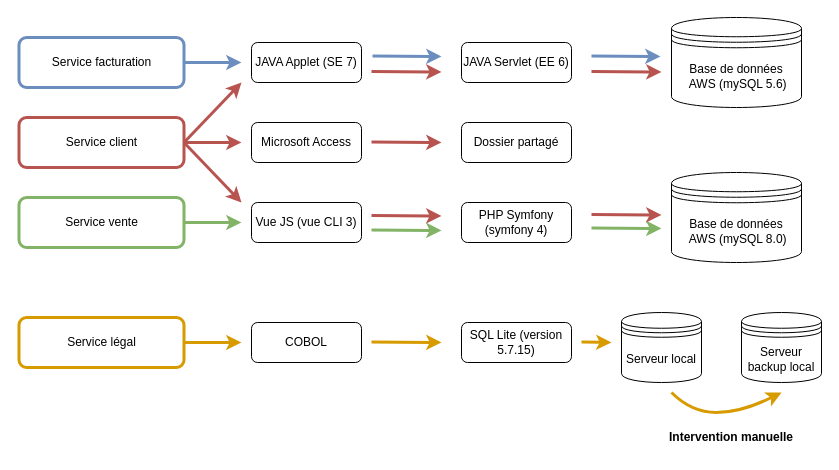
cjour/audit_logistics keeps this draw.io diagram as LAEDiagram.drawio. Above is the earlier version. Source tidied: cells renumbered, new cells numbered last; positions are measured from the earlier drawing's top-left corner, leaving out a move shared by most shapes. Both pictures are drawn from the tidied source at 100%, with x=0, y=0 at pixel (19, 17).
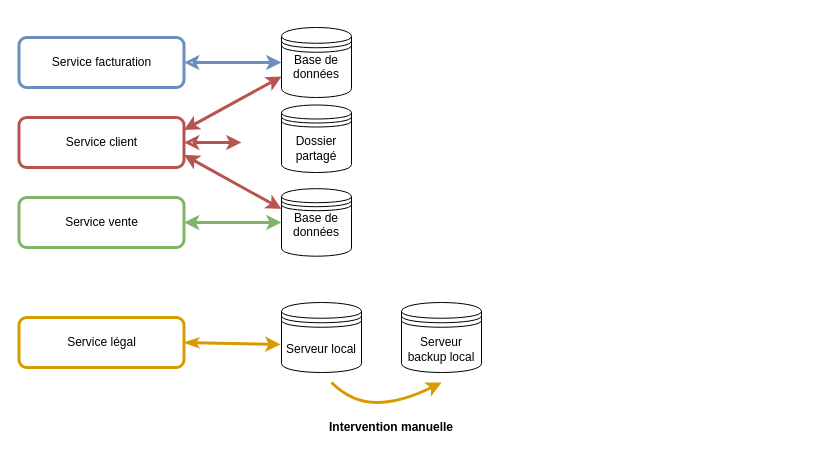
The same page after the edit.

The change refers to these unchanged cells:
```xml
<mxCell id="16" style="rounded=1;whiteSpace=wrap;html=1;fontFamily=Helvetica;fontSize=12;strokeWidth=3;fillColor=none;strokeColor=#6c8ebf;gradientColor=default;" parent="1" vertex="1">
  <mxGeometry x="-0.5" y="20" width="165" height="50" as="geometry" />
</mxCell>
<mxCell id="20" style="rounded=1;whiteSpace=wrap;html=1;fontFamily=Helvetica;fontSize=12;strokeWidth=3;fillColor=none;strokeColor=#b85450;" parent="1" vertex="1">
  <mxGeometry x="-0.5" y="100" width="165" height="50" as="geometry" />
</mxCell>
<mxCell id="24" style="rounded=1;whiteSpace=wrap;html=1;fontFamily=Helvetica;fontSize=12;strokeWidth=3;fillColor=none;strokeColor=#82b366;" parent="1" vertex="1">
  <mxGeometry x="-0.5" y="180" width="165" height="50" as="geometry" />
</mxCell>
<mxCell id="31" style="rounded=1;whiteSpace=wrap;html=1;fontFamily=Helvetica;fontSize=12;strokeWidth=3;fillColor=none;strokeColor=#d79b00;" parent="1" vertex="1">
  <mxGeometry x="-0.5" y="300" width="165" height="50" as="geometry" />
</mxCell>
```

Change to the diagram source:
```diff
@@
-    <mxCell id="2" value="JAVA Applet (SE 7)" style="rounded=1;whiteSpace=wrap;html=1;" parent="1" vertex="1">
-      <mxGeometry x="232" y="25" width="110" height="40" as="geometry" />
-    </mxCell>
-    <mxCell id="3" value="JAVA Servlet (EE 6)" style="rounded=1;whiteSpace=wrap;html=1;" parent="1" vertex="1">
-      <mxGeometry x="442" y="25" width="110" height="40" as="geometry" />
-    </mxCell>
-    <mxCell id="4" value="&lt;div&gt;Base de données&lt;/div&gt;&lt;div&gt;&amp;nbsp;AWS (mySQL 5.6)&lt;br&gt;&lt;/div&gt;" style="shape=datastore;whiteSpace=wrap;html=1;" parent="1" vertex="1">
-      <mxGeometry x="652" width="130" height="90" as="geometry" />
+    <mxCell id="4" value="&lt;div align=&quot;center&quot;&gt;Base de données&lt;/div&gt;&lt;div&gt;&lt;br&gt;&lt;/div&gt;" style="shape=datastore;whiteSpace=wrap;html=1;" parent="1" vertex="1">
+      <mxGeometry x="262" y="10" width="70" height="70" as="geometry" />
     </mxCell>
@@
-    <mxCell id="7" value="Microsoft Access" style="rounded=1;whiteSpace=wrap;html=1;" parent="1" vertex="1">
-      <mxGeometry x="232" y="105" width="110" height="40" as="geometry" />
-    </mxCell>
-    <mxCell id="8" value="Dossier partagé" style="rounded=1;whiteSpace=wrap;html=1;" parent="1" vertex="1">
-      <mxGeometry x="442" y="105" width="110" height="40" as="geometry" />
-    </mxCell>
@@
-    <mxCell id="10" value="Vue JS (vue CLI 3)" style="rounded=1;whiteSpace=wrap;html=1;" parent="1" vertex="1">
-      <mxGeometry x="232" y="185" width="110" height="40" as="geometry" />
-    </mxCell>
-    <mxCell id="11" value="&lt;div&gt;PHP Symfony (symfony 4)&lt;/div&gt;" style="rounded=1;whiteSpace=wrap;html=1;" parent="1" vertex="1">
-      <mxGeometry x="442" y="185" width="110" height="40" as="geometry" />
-    </mxCell>
-    <mxCell id="12" value="&lt;div&gt;Base de données&lt;/div&gt;&lt;div&gt;&amp;nbsp;AWS (mySQL 8.0)&lt;br&gt;&lt;/div&gt;" style="shape=datastore;whiteSpace=wrap;html=1;" parent="1" vertex="1">
-      <mxGeometry x="652" y="155" width="130" height="90" as="geometry" />
+    <mxCell id="12" value="Dossier partagé" style="shape=datastore;whiteSpace=wrap;html=1;" parent="1" vertex="1">
+      <mxGeometry x="262" y="87.5" width="70" height="67.5" as="geometry" />
     </mxCell>
@@
-    <mxCell id="14" value="COBOL" style="rounded=1;whiteSpace=wrap;html=1;" parent="1" vertex="1">
-      <mxGeometry x="232" y="305" width="110" height="40" as="geometry" />
-    </mxCell>
-    <mxCell id="15" value="SQL Lite (version 5.7.15)" style="rounded=1;whiteSpace=wrap;html=1;" parent="1" vertex="1">
-      <mxGeometry x="442" y="305" width="110" height="40" as="geometry" />
-    </mxCell>
@@
-    <mxCell id="17" style="endArrow=classic;html=1;rounded=0;fontFamily=Helvetica;fontSize=12;exitX=1;exitY=0.5;exitDx=0;exitDy=0;fillColor=#dae8fc;strokeColor=#6c8ebf;strokeWidth=3;" parent="1" edge="1" source="16">
+    <mxCell id="17" style="endArrow=classic;html=1;rounded=0;fontFamily=Helvetica;fontSize=12;exitX=1;exitY=0.5;exitDx=0;exitDy=0;fillColor=#dae8fc;strokeColor=#6c8ebf;strokeWidth=3;startArrow=classic;startFill=0;" parent="1" edge="1" source="16">
       <mxGeometry relative="1" as="geometry">
-        <mxPoint x="222" y="45" as="targetPoint" />
+        <mxPoint x="262" y="45" as="targetPoint" />
       </mxGeometry>
     </mxCell>
-    <mxCell id="18" style="endArrow=classic;html=1;rounded=0;fontFamily=Helvetica;fontSize=12;exitX=1;exitY=0.5;exitDx=0;exitDy=0;fillColor=#dae8fc;strokeColor=#6c8ebf;strokeWidth=3;" parent="1" edge="1">
-      <mxGeometry relative="1" as="geometry">
-        <mxPoint x="353" y="38.5" as="sourcePoint" />
-        <mxPoint x="422" y="39" as="targetPoint" />
-      </mxGeometry>
-    </mxCell>
-    <mxCell id="19" style="endArrow=classic;html=1;rounded=0;fontFamily=Helvetica;fontSize=12;exitX=1;exitY=0.5;exitDx=0;exitDy=0;fillColor=#dae8fc;strokeColor=#6c8ebf;strokeWidth=3;" parent="1" edge="1">
-      <mxGeometry relative="1" as="geometry">
-        <mxPoint x="572" y="38.5" as="sourcePoint" />
-        <mxPoint x="641" y="39" as="targetPoint" />
-      </mxGeometry>
-    </mxCell>
@@
-    <mxCell id="21" style="endArrow=classic;html=1;rounded=0;fontFamily=Helvetica;fontSize=12;exitX=1;exitY=0.5;exitDx=0;exitDy=0;fillColor=#f8cecc;strokeColor=#b85450;strokeWidth=3;" parent="1" edge="1" source="20">
+    <mxCell id="21" style="endArrow=classic;html=1;rounded=0;fontFamily=Helvetica;fontSize=12;exitX=1;exitY=0.5;exitDx=0;exitDy=0;fillColor=#f8cecc;strokeColor=#b85450;strokeWidth=3;startArrow=classic;startFill=0;" parent="1" edge="1" source="20">
       <mxGeometry relative="1" as="geometry">
         <mxPoint x="222" y="125" as="targetPoint" />
       </mxGeometry>
     </mxCell>
-    <mxCell id="22" style="endArrow=classic;html=1;rounded=0;fontFamily=Helvetica;fontSize=12;exitX=1;exitY=0.5;exitDx=0;exitDy=0;fillColor=#f8cecc;strokeColor=#b85450;strokeWidth=3;" parent="1" edge="1">
-      <mxGeometry relative="1" as="geometry">
-        <mxPoint x="352" y="124.5" as="sourcePoint" />
-        <mxPoint x="422" y="125" as="targetPoint" />
-      </mxGeometry>
-    </mxCell>
-    <mxCell id="23" style="endArrow=classic;html=1;rounded=0;fontFamily=Helvetica;fontSize=12;fillColor=#f8cecc;strokeColor=#b85450;strokeWidth=3;exitX=1;exitY=0.5;exitDx=0;exitDy=0;" parent="1" edge="1" source="20">
-      <mxGeometry relative="1" as="geometry">
-        <mxPoint x="222" y="65" as="targetPoint" />
-      </mxGeometry>
+    <mxCell id="23" style="endArrow=classic;html=1;rounded=0;fontFamily=Helvetica;fontSize=12;fillColor=#f8cecc;strokeColor=#b85450;strokeWidth=3;exitX=1;exitY=0.25;exitDx=0;exitDy=0;startArrow=classic;startFill=1;entryX=0;entryY=0.7;entryDx=0;entryDy=0;" parent="1" edge="1" source="20" target="4">
+      <mxGeometry relative="1" as="geometry" />
     </mxCell>
@@
-    <mxCell id="25" style="endArrow=classic;html=1;rounded=0;fontFamily=Helvetica;fontSize=12;exitX=1;exitY=0.5;exitDx=0;exitDy=0;fillColor=#d5e8d4;strokeColor=#82b366;strokeWidth=3;" parent="1" edge="1" source="24">
-      <mxGeometry relative="1" as="geometry">
-        <mxPoint x="222" y="205" as="targetPoint" />
-      </mxGeometry>
+    <mxCell id="25" style="endArrow=classic;html=1;rounded=0;fontFamily=Helvetica;fontSize=12;exitX=1;exitY=0.5;exitDx=0;exitDy=0;fillColor=#d5e8d4;strokeColor=#82b366;strokeWidth=3;entryX=0;entryY=0.5;entryDx=0;entryDy=0;startArrow=classic;startFill=1;" parent="1" edge="1" source="24" target="41">
+      <mxGeometry relative="1" as="geometry" />
     </mxCell>
-    <mxCell id="26" style="endArrow=classic;html=1;rounded=0;fontFamily=Helvetica;fontSize=12;exitX=1;exitY=0.5;exitDx=0;exitDy=0;fillColor=#d5e8d4;strokeColor=#82b366;strokeWidth=3;" parent="1" edge="1">
-      <mxGeometry relative="1" as="geometry">
-        <mxPoint x="352" y="212.5" as="sourcePoint" />
-        <mxPoint x="422" y="213" as="targetPoint" />
-      </mxGeometry>
-    </mxCell>
-    <mxCell id="27" style="endArrow=classic;html=1;rounded=0;fontFamily=Helvetica;fontSize=12;exitX=1;exitY=0.5;exitDx=0;exitDy=0;fillColor=#d5e8d4;strokeColor=#82b366;strokeWidth=3;" parent="1" edge="1">
-      <mxGeometry relative="1" as="geometry">
-        <mxPoint x="572" y="210.5" as="sourcePoint" />
-        <mxPoint x="642" y="211" as="targetPoint" />
-      </mxGeometry>
-    </mxCell>
-    <mxCell id="28" style="endArrow=classic;html=1;rounded=0;fontFamily=Helvetica;fontSize=12;exitX=1;exitY=0.5;exitDx=0;exitDy=0;fillColor=#f8cecc;strokeColor=#b85450;strokeWidth=3;" parent="1" edge="1" source="20">
-      <mxGeometry relative="1" as="geometry">
-        <mxPoint x="222" y="185" as="targetPoint" />
-      </mxGeometry>
+    <mxCell id="28" style="endArrow=classic;html=1;rounded=0;fontFamily=Helvetica;fontSize=12;exitX=1;exitY=0.75;exitDx=0;exitDy=0;fillColor=#f8cecc;strokeColor=#b85450;strokeWidth=3;startArrow=classic;startFill=1;entryX=0;entryY=0.3;entryDx=0;entryDy=0;" parent="1" edge="1" source="20" target="41">
+      <mxGeometry relative="1" as="geometry" />
     </mxCell>
     <mxCell id="29" value="Serveur local" style="shape=datastore;whiteSpace=wrap;html=1;" parent="1" vertex="1">
-      <mxGeometry x="602" y="295" width="80" height="70" as="geometry" />
+      <mxGeometry x="262" y="285" width="80" height="70" as="geometry" />
     </mxCell>
     <mxCell id="30" value="Serveur backup local" style="shape=datastore;whiteSpace=wrap;html=1;" parent="1" vertex="1">
-      <mxGeometry x="722" y="295" width="80" height="70" as="geometry" />
+      <mxGeometry x="382" y="285" width="80" height="70" as="geometry" />
     </mxCell>
@@
-    <mxCell id="32" style="endArrow=classic;html=1;rounded=0;fontFamily=Helvetica;fontSize=12;exitX=1;exitY=0.5;exitDx=0;exitDy=0;fillColor=#ffe6cc;strokeColor=#d79b00;strokeWidth=3;" parent="1" edge="1" source="31">
-      <mxGeometry relative="1" as="geometry">
-        <mxPoint x="222" y="325" as="targetPoint" />
-      </mxGeometry>
+    <mxCell id="32" style="endArrow=classic;html=1;rounded=0;fontFamily=Helvetica;fontSize=12;exitX=1;exitY=0.5;exitDx=0;exitDy=0;fillColor=#ffe6cc;strokeColor=#d79b00;strokeWidth=3;startArrow=classicThin;startFill=1;entryX=-0.012;entryY=0.6;entryDx=0;entryDy=0;entryPerimeter=0;" parent="1" edge="1" source="31" target="29">
+      <mxGeometry relative="1" as="geometry" />
     </mxCell>
-    <mxCell id="33" style="endArrow=classic;html=1;rounded=0;fontFamily=Helvetica;fontSize=12;exitX=1;exitY=0.5;exitDx=0;exitDy=0;fillColor=#ffe6cc;strokeColor=#d79b00;strokeWidth=3;" parent="1" edge="1">
-      <mxGeometry relative="1" as="geometry">
-        <mxPoint x="352" y="324.5" as="sourcePoint" />
-        <mxPoint x="422" y="325" as="targetPoint" />
-      </mxGeometry>
-    </mxCell>
-    <mxCell id="34" style="endArrow=classic;html=1;rounded=0;fontFamily=Helvetica;fontSize=12;exitX=1;exitY=0.5;exitDx=0;exitDy=0;fillColor=#ffe6cc;strokeColor=#d79b00;strokeWidth=3;" parent="1" edge="1">
-      <mxGeometry relative="1" as="geometry">
-        <mxPoint x="562" y="324.5" as="sourcePoint" />
-        <mxPoint x="592" y="325" as="targetPoint" />
-      </mxGeometry>
-    </mxCell>
     <mxCell id="35" style="curved=1;endArrow=classic;html=1;rounded=0;fontFamily=Helvetica;fontSize=12;strokeWidth=3;fillColor=#ffe6cc;strokeColor=#d79b00;" parent="1" edge="1">
       <mxGeometry relative="1" as="geometry">
-        <mxPoint x="652" y="375" as="sourcePoint" />
-        <mxPoint x="762" y="375" as="targetPoint" />
+        <mxPoint x="312" y="365" as="sourcePoint" />
+        <mxPoint x="422" y="365" as="targetPoint" />
         <Array as="points">
-          <mxPoint x="672" y="395" />
-          <mxPoint x="722" y="395" />
+          <mxPoint x="332" y="385" />
+          <mxPoint x="382" y="385" />
         </Array>
       </mxGeometry>
     </mxCell>
-    <mxCell id="36" style="endArrow=classic;html=1;rounded=0;fontFamily=Helvetica;fontSize=12;exitX=1;exitY=0.5;exitDx=0;exitDy=0;fillColor=#f8cecc;strokeColor=#b85450;strokeWidth=3;" parent="1" edge="1">
-      <mxGeometry relative="1" as="geometry">
-        <mxPoint x="352" y="54" as="sourcePoint" />
-        <mxPoint x="422" y="54.5" as="targetPoint" />
-      </mxGeometry>
-    </mxCell>
-    <mxCell id="37" style="endArrow=classic;html=1;rounded=0;fontFamily=Helvetica;fontSize=12;exitX=1;exitY=0.5;exitDx=0;exitDy=0;fillColor=#f8cecc;strokeColor=#b85450;strokeWidth=3;" parent="1" edge="1">
-      <mxGeometry relative="1" as="geometry">
-        <mxPoint x="572" y="54" as="sourcePoint" />
-        <mxPoint x="642" y="54.5" as="targetPoint" />
-      </mxGeometry>
-    </mxCell>
-    <mxCell id="38" style="endArrow=classic;html=1;rounded=0;fontFamily=Helvetica;fontSize=12;exitX=1;exitY=0.5;exitDx=0;exitDy=0;fillColor=#f8cecc;strokeColor=#b85450;strokeWidth=3;" parent="1" edge="1">
-      <mxGeometry relative="1" as="geometry">
-        <mxPoint x="352" y="198" as="sourcePoint" />
-        <mxPoint x="422" y="198.5" as="targetPoint" />
-      </mxGeometry>
-    </mxCell>
-    <mxCell id="39" style="endArrow=classic;html=1;rounded=0;fontFamily=Helvetica;fontSize=12;exitX=1;exitY=0.5;exitDx=0;exitDy=0;fillColor=#f8cecc;strokeColor=#b85450;strokeWidth=3;" parent="1" edge="1">
-      <mxGeometry relative="1" as="geometry">
-        <mxPoint x="572" y="197" as="sourcePoint" />
-        <mxPoint x="642" y="197.5" as="targetPoint" />
-      </mxGeometry>
-    </mxCell>
     <mxCell id="40" value="Intervention manuelle" style="text;html=1;strokeColor=none;fillColor=none;align=center;verticalAlign=middle;whiteSpace=wrap;rounded=0;fontFamily=Helvetica;fontSize=12;fontStyle=1;" parent="1" vertex="1">
-      <mxGeometry x="642" y="405" width="140" height="30" as="geometry" />
+      <mxGeometry x="302" y="395" width="140" height="30" as="geometry" />
     </mxCell>
+    <mxCell id="41" value="&lt;div&gt;Base de données&lt;/div&gt;&lt;div&gt;&lt;br&gt;&lt;/div&gt;" style="shape=datastore;whiteSpace=wrap;html=1;" parent="1" vertex="1">
+      <mxGeometry x="262" y="171.2" width="70" height="67.5" as="geometry" />
+    </mxCell>
```
